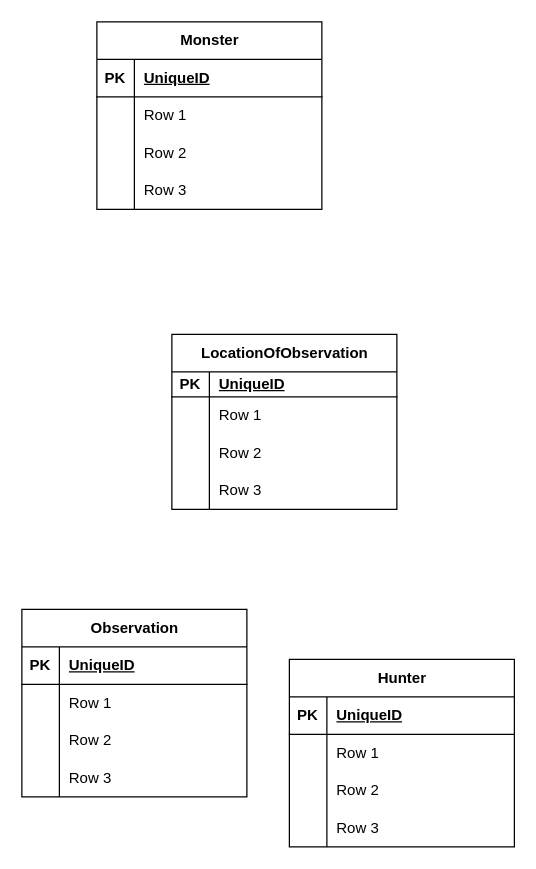
This is EntityRelationDiagram.drawio from Claes1981/assignment-sql-81clafra, a draw.io file, before an edit. Source tidied: cells renumbered, new cells numbered last; positions are measured from the earlier drawing's top-left corner, leaving out a move shared by most shapes. Both pictures are drawn from the tidied source at 125%, with x=0, y=0 at pixel (21, 21).
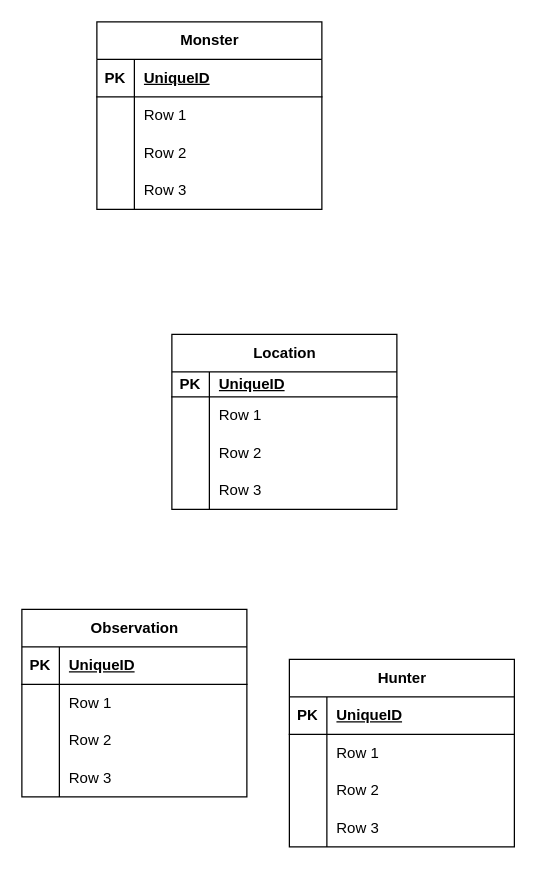
After the change.

Commit message:
Change name of table according to assignment requirements.

Diff of the diagram source:
```diff
@@
-    <mxCell id="15" value="LocationOfObservation" style="shape=table;startSize=30;childLayout=tableLayout;rowLines=0;fontStyle=1;align=center;html=1;" parent="1" vertex="1">
+    <mxCell id="15" value="Location" style="shape=table;startSize=30;childLayout=tableLayout;rowLines=0;fontStyle=1;align=center;html=1;" parent="1" vertex="1">
       <mxGeometry x="120" y="250" width="180" height="140" as="geometry" />
     </mxCell>
```
